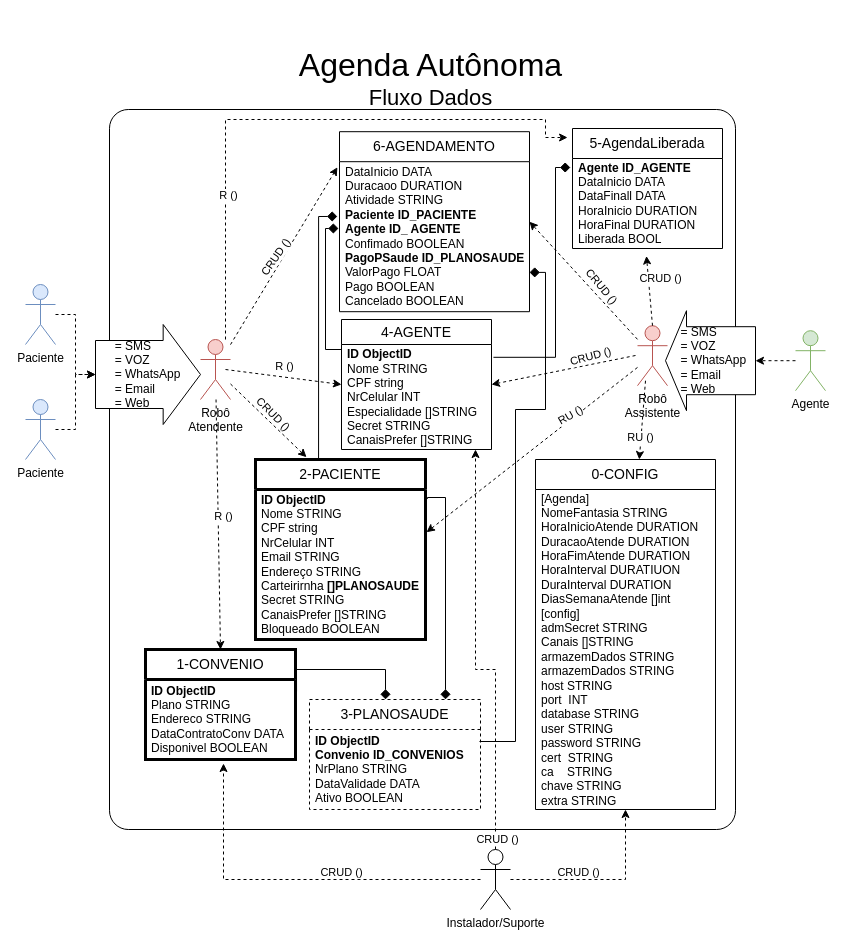
The draw.io diagram page "Página-1" (1 of 2) of Agenda.drawio in gunboe/Agenda, before the edit. Source tidied: cells renumbered, new cells numbered last; positions are measured from the earlier drawing's top-left corner, leaving out a move shared by most shapes. Both pictures are drawn from the tidied source at 100%, with x=0, y=0 at pixel (25, 48).
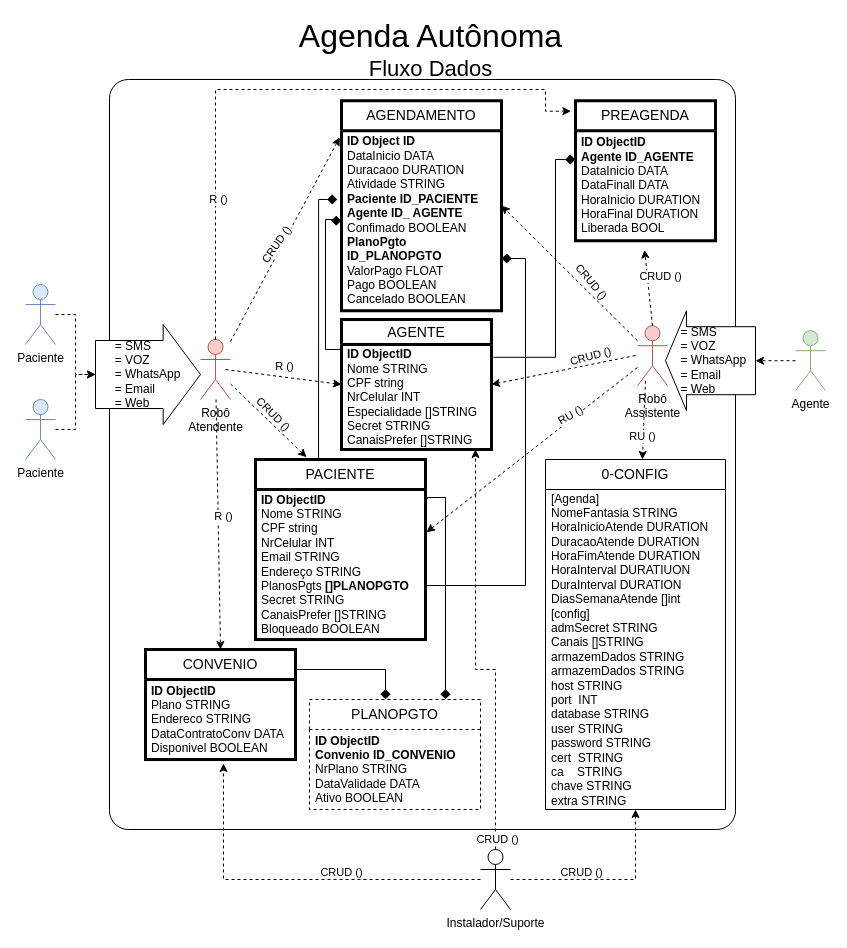
After the change.

Commit message:
Ajustes da arquitetura PREAGENDA e outros

The change refers to these unchanged cells:
```xml
<mxCell id="19" value="Robô&lt;br&gt;Atendente" style="shape=umlActor;verticalLabelPosition=bottom;verticalAlign=top;html=1;outlineConnect=0;fillColor=#f8cecc;strokeColor=#b85450;" parent="1" vertex="1">
  <mxGeometry x="175" y="291" width="30" height="60" as="geometry" />
</mxCell>
```

What changed in the source:
```diff
@@
     <mxCell id="2" style="rounded=1;whiteSpace=wrap;html=1;arcSize=3;" parent="1" vertex="1">
-      <mxGeometry x="84" y="61" width="626" height="720" as="geometry" />
+      <mxGeometry x="84" y="31" width="626" height="750" as="geometry" />
     </mxCell>
@@
-    <mxCell id="8" value="&lt;font style=&quot;font-size: 14px;&quot;&gt;6-AGENDAMENTO&lt;/font&gt;" style="swimlane;fontStyle=0;horizontal=1;startSize=30;whiteSpace=wrap;html=1;" parent="1" vertex="1">
-      <mxGeometry x="314" y="83.2" width="190" height="180" as="geometry" />
-    </mxCell>
-    <mxCell id="9" value="DataInicio DATA&lt;br style=&quot;border-color: var(--border-color); text-align: center;&quot;&gt;&lt;span style=&quot;text-align: center;&quot;&gt;Duracaoo DURATION&lt;/span&gt;&lt;br style=&quot;border-color: var(--border-color); text-align: center;&quot;&gt;&lt;span style=&quot;text-align: center;&quot;&gt;Atividade STRING&lt;/span&gt;&lt;br style=&quot;border-color: var(--border-color); text-align: center;&quot;&gt;&lt;b&gt;Paciente ID_PACIENTE&lt;/b&gt;&lt;br style=&quot;border-color: var(--border-color);&quot;&gt;&lt;span style=&quot;text-align: center;&quot;&gt;&lt;b&gt;Agente ID_ AGENTE&lt;/b&gt;&lt;/span&gt;&lt;br style=&quot;border-color: var(--border-color); text-align: center;&quot;&gt;&lt;span style=&quot;text-align: center;&quot;&gt;Confimado BOOLEAN&lt;/span&gt;&lt;span style=&quot;text-align: center;&quot;&gt;&lt;br&gt;&lt;b&gt;PagoPSaude ID_PLANOSAUDE&lt;br&gt;&lt;/b&gt;ValorPago FLOAT&lt;br&gt;Pago BOOLEAN&lt;br&gt;Cancelado BOOLEAN&lt;br&gt;&lt;/span&gt;" style="text;strokeColor=none;fillColor=none;align=left;verticalAlign=middle;spacingLeft=4;spacingRight=4;overflow=hidden;points=[[0,0.5],[1,0.5]];portConstraint=eastwest;whiteSpace=wrap;html=1;" parent="8" vertex="1">
-      <mxGeometry y="30" width="190" height="150" as="geometry" />
-    </mxCell>
@@
-    <mxCell id="12" value="&lt;font style=&quot;font-size: 14px;&quot;&gt;2-PACIENTE&lt;/font&gt;" style="swimlane;fontStyle=0;horizontal=1;startSize=30;whiteSpace=wrap;html=1;strokeWidth=3;" parent="1" vertex="1">
+    <mxCell id="12" value="&lt;font style=&quot;font-size: 14px;&quot;&gt;PACIENTE&lt;/font&gt;" style="swimlane;fontStyle=0;horizontal=1;startSize=30;whiteSpace=wrap;html=1;strokeWidth=3;" parent="1" vertex="1">
       <mxGeometry x="230" y="411" width="170" height="180" as="geometry" />
     </mxCell>
-    <mxCell id="13" value="&lt;b style=&quot;border-color: var(--border-color);&quot;&gt;ID ObjectID&lt;br style=&quot;border-color: var(--border-color);&quot;&gt;&lt;/b&gt;Nome STRING&lt;br&gt;CPF string&lt;br&gt;NrCelular INT&lt;br&gt;Email STRING&lt;br&gt;Endereço STRING&lt;br&gt;Carteirirnha &lt;b&gt;[]PLANOSAUDE&lt;/b&gt;&lt;br&gt;Secret STRING&lt;br&gt;CanaisPrefer []STRING&lt;br&gt;Bloqueado BOOLEAN" style="text;strokeColor=none;fillColor=none;align=left;verticalAlign=middle;spacingLeft=4;spacingRight=4;overflow=hidden;points=[[0,0.5],[1,0.5]];portConstraint=eastwest;whiteSpace=wrap;html=1;" parent="12" vertex="1">
+    <mxCell id="13" value="&lt;b style=&quot;border-color: var(--border-color);&quot;&gt;ID ObjectID&lt;br style=&quot;border-color: var(--border-color);&quot;&gt;&lt;/b&gt;Nome STRING&lt;br&gt;CPF string&lt;br&gt;NrCelular INT&lt;br&gt;Email STRING&lt;br&gt;Endereço STRING&lt;br&gt;PlanosPgts&amp;nbsp;&lt;b&gt;[]PLANOPGTO&lt;/b&gt;&lt;br&gt;Secret STRING&lt;br&gt;CanaisPrefer []STRING&lt;br&gt;Bloqueado BOOLEAN" style="text;strokeColor=none;fillColor=none;align=left;verticalAlign=middle;spacingLeft=4;spacingRight=4;overflow=hidden;points=[[0,0.5],[1,0.5]];portConstraint=eastwest;whiteSpace=wrap;html=1;" parent="12" vertex="1">
       <mxGeometry y="30" width="170" height="150" as="geometry" />
     </mxCell>
@@
-    <mxCell id="21" value="&lt;font style=&quot;font-size: 14px;&quot;&gt;4-AGENTE&lt;/font&gt;" style="swimlane;fontStyle=0;horizontal=1;startSize=25;whiteSpace=wrap;html=1;" parent="1" vertex="1">
+    <mxCell id="21" value="&lt;font style=&quot;font-size: 14px;&quot;&gt;AGENTE&lt;/font&gt;" style="swimlane;fontStyle=0;horizontal=1;startSize=25;whiteSpace=wrap;html=1;strokeWidth=3;" parent="1" vertex="1">
       <mxGeometry x="316" y="271" width="150" height="130" as="geometry" />
     </mxCell>
-    <mxCell id="22" value="&lt;b style=&quot;border-color: var(--border-color);&quot;&gt;ID ObjectID&lt;br style=&quot;border-color: var(--border-color);&quot;&gt;&lt;/b&gt;Nome STRING&lt;br&gt;CPF string&lt;br&gt;NrCelular INT&lt;br&gt;Especialidade []STRING&lt;br&gt;Secret STRING&lt;br&gt;CanaisPrefer []STRING" style="text;strokeColor=none;fillColor=none;align=left;verticalAlign=middle;spacingLeft=4;spacingRight=4;overflow=hidden;points=[[0,0.5],[1,0.5]];portConstraint=eastwest;whiteSpace=wrap;html=1;" parent="21" vertex="1">
+    <mxCell id="22" value="&lt;b style=&quot;border-color: var(--border-color);&quot;&gt;ID ObjectID&lt;br style=&quot;border-color: var(--border-color);&quot;&gt;&lt;/b&gt;Nome STRING&lt;br&gt;CPF string&lt;br&gt;NrCelular INT&lt;br&gt;Especialidade []STRING&lt;br&gt;Secret STRING&lt;br&gt;CanaisPrefer []STRING" style="text;strokeColor=none;fillColor=none;align=left;verticalAlign=middle;spacingLeft=4;spacingRight=4;overflow=hidden;points=[[0,0.5],[1,0.5]];portConstraint=eastwest;whiteSpace=wrap;html=1;strokeWidth=3;" parent="21" vertex="1">
       <mxGeometry y="25" width="150" height="105" as="geometry" />
     </mxCell>
@@
     <mxCell id="33" value="&lt;font style=&quot;font-size: 14px;&quot;&gt;0-CONFIG&lt;/font&gt;" style="swimlane;fontStyle=0;horizontal=1;startSize=30;whiteSpace=wrap;html=1;" parent="1" vertex="1">
-      <mxGeometry x="510" y="411" width="180" height="350" as="geometry" />
+      <mxGeometry x="520" y="411" width="180" height="350" as="geometry" />
     </mxCell>
@@
-    <mxCell id="36" value="&lt;font style=&quot;font-size: 14px;&quot;&gt;3-PLANOSAUDE&lt;/font&gt;" style="swimlane;fontStyle=0;horizontal=1;startSize=30;whiteSpace=wrap;html=1;dashed=1;" parent="1" vertex="1">
+    <mxCell id="36" value="&lt;font style=&quot;font-size: 14px;&quot;&gt;PLANOPGTO&lt;/font&gt;" style="swimlane;fontStyle=0;horizontal=1;startSize=30;whiteSpace=wrap;html=1;dashed=1;" parent="1" vertex="1">
       <mxGeometry x="284" y="651" width="171" height="110" as="geometry" />
     </mxCell>
-    <mxCell id="37" value="&lt;b style=&quot;border-color: var(--border-color);&quot;&gt;ID ObjectID&lt;br style=&quot;border-color: var(--border-color);&quot;&gt;&lt;/b&gt;&lt;b&gt;Convenio ID_CONVENIOS&lt;br&gt;&lt;/b&gt;NrPlano STRING&lt;br&gt;DataValidade DATA&lt;br&gt;Ativo BOOLEAN" style="text;strokeColor=none;fillColor=none;align=left;verticalAlign=middle;spacingLeft=4;spacingRight=4;overflow=hidden;points=[[0,0.5],[1,0.5]];portConstraint=eastwest;whiteSpace=wrap;html=1;" parent="36" vertex="1">
+    <mxCell id="37" value="&lt;b style=&quot;border-color: var(--border-color);&quot;&gt;ID ObjectID&lt;br style=&quot;border-color: var(--border-color);&quot;&gt;&lt;/b&gt;&lt;b&gt;Convenio ID_CONVENIO&lt;br&gt;&lt;/b&gt;NrPlano STRING&lt;br&gt;DataValidade DATA&lt;br&gt;Ativo BOOLEAN" style="text;strokeColor=none;fillColor=none;align=left;verticalAlign=middle;spacingLeft=4;spacingRight=4;overflow=hidden;points=[[0,0.5],[1,0.5]];portConstraint=eastwest;whiteSpace=wrap;html=1;" parent="36" vertex="1">
       <mxGeometry y="30" width="171" height="80" as="geometry" />
     </mxCell>
-    <mxCell id="38" style="edgeStyle=orthogonalEdgeStyle;rounded=0;jettySize=auto;html=1;endArrow=none;endFill=0;endSize=8;startArrow=diamond;startFill=1;startSize=8;exitX=-0.005;exitY=0.445;exitDx=0;exitDy=0;exitPerimeter=0;" parent="1" edge="1" source="9" target="21">
+    <mxCell id="38" style="edgeStyle=orthogonalEdgeStyle;rounded=0;jettySize=auto;html=1;endArrow=none;endFill=0;endSize=8;startArrow=diamond;startFill=1;startSize=8;exitX=0;exitY=0.5;exitDx=0;exitDy=0;" parent="1" edge="1" source="9" target="21">
       <mxGeometry relative="1" as="geometry">
         <Array as="points">
-          <mxPoint x="300" y="180" />
+          <mxPoint x="310" y="172" />
+          <mxPoint x="310" y="171" />
+          <mxPoint x="300" y="171" />
           <mxPoint x="300" y="301" />
         </Array>
       </mxGeometry>
     </mxCell>
@@
     <mxCell id="41" value="&lt;font style=&quot;&quot;&gt;&lt;span style=&quot;font-size: 32px;&quot;&gt;Agenda Autônoma&lt;/span&gt;&lt;br&gt;&lt;font style=&quot;font-size: 22px;&quot;&gt;Fluxo Dados&lt;/font&gt;&lt;br&gt;&lt;/font&gt;" style="text;html=1;strokeColor=none;fillColor=none;align=center;verticalAlign=middle;whiteSpace=wrap;rounded=0;" parent="1" vertex="1">
-      <mxGeometry x="257.5" width="295" height="60" as="geometry" />
+      <mxGeometry x="257.5" y="-29" width="295" height="60" as="geometry" />
     </mxCell>
-    <mxCell id="42" style="edgeStyle=orthogonalEdgeStyle;rounded=0;jettySize=auto;html=1;endArrow=none;endFill=0;endSize=8;startSize=8;startArrow=diamond;startFill=1;entryX=0.371;entryY=0;entryDx=0;entryDy=0;entryPerimeter=0;exitX=-0.011;exitY=0.365;exitDx=0;exitDy=0;exitPerimeter=0;" parent="1" edge="1" source="9" target="12">
+    <mxCell id="42" style="edgeStyle=orthogonalEdgeStyle;rounded=0;jettySize=auto;html=1;endArrow=none;endFill=0;endSize=8;startSize=8;startArrow=diamond;startFill=1;entryX=0.371;entryY=0;entryDx=0;entryDy=0;entryPerimeter=0;exitX=-0.025;exitY=0.382;exitDx=0;exitDy=0;exitPerimeter=0;" parent="1" edge="1" source="9" target="12">
       <mxGeometry relative="1" as="geometry">
         <Array as="points">
-          <mxPoint x="293" y="168" />
+          <mxPoint x="293" y="151" />
         </Array>
       </mxGeometry>
     </mxCell>
@@
-    <mxCell id="45" value="&lt;font style=&quot;font-size: 14px;&quot;&gt;5-AgendaLiberada&lt;/font&gt;" style="swimlane;fontStyle=0;horizontal=1;startSize=30;whiteSpace=wrap;html=1;" parent="1" vertex="1">
-      <mxGeometry x="547" y="80" width="150" height="120" as="geometry" />
+    <mxCell id="45" value="&lt;font style=&quot;font-size: 14px;&quot;&gt;PREAGENDA&lt;/font&gt;" style="swimlane;fontStyle=0;horizontal=1;startSize=30;whiteSpace=wrap;html=1;strokeWidth=3;" parent="1" vertex="1">
+      <mxGeometry x="550" y="52.2" width="140" height="140" as="geometry" />
     </mxCell>
-    <mxCell id="46" value="&lt;b&gt;Agente ID_AGENTE&lt;br&gt;&lt;/b&gt;DataInicio DATA&lt;br&gt;DataFinall DATA&lt;br&gt;HoraInicio DURATION&lt;br&gt;HoraFinal DURATION&lt;br&gt;Liberada BOOL" style="text;strokeColor=none;fillColor=none;align=left;verticalAlign=middle;spacingLeft=4;spacingRight=4;overflow=hidden;points=[[0,0.5],[1,0.5]];portConstraint=eastwest;whiteSpace=wrap;html=1;" parent="45" vertex="1">
-      <mxGeometry y="30" width="150" height="90" as="geometry" />
+    <mxCell id="46" value="&lt;b&gt;ID ObjectID&lt;br&gt;Agente ID_AGENTE&lt;br&gt;&lt;/b&gt;DataInicio DATA&lt;br&gt;DataFinall DATA&lt;br&gt;HoraInicio DURATION&lt;br&gt;HoraFinal DURATION&lt;br&gt;Liberada BOOL" style="text;strokeColor=none;fillColor=none;align=left;verticalAlign=middle;spacingLeft=4;spacingRight=4;overflow=hidden;points=[[0,0.5],[1,0.5]];portConstraint=eastwest;whiteSpace=wrap;html=1;" parent="45" vertex="1">
+      <mxGeometry y="30" width="140" height="110" as="geometry" />
     </mxCell>
@@
-    <mxCell id="49" style="edgeStyle=orthogonalEdgeStyle;rounded=0;jettySize=auto;html=1;dashed=1;entryX=-0.033;entryY=0.075;entryDx=0;entryDy=0;entryPerimeter=0;" parent="1" edge="1" source="19" target="45">
+    <mxCell id="49" style="edgeStyle=orthogonalEdgeStyle;rounded=0;jettySize=auto;html=1;dashed=1;entryX=-0.033;entryY=0.075;entryDx=0;entryDy=0;entryPerimeter=0;exitX=0.5;exitY=0;exitDx=0;exitDy=0;exitPerimeter=0;" parent="1" edge="1" source="19" target="45">
       <mxGeometry relative="1" as="geometry">
         <Array as="points">
-          <mxPoint x="200" y="71" />
-          <mxPoint x="520" y="71" />
-          <mxPoint x="520" y="89" />
+          <mxPoint x="190" y="41" />
+          <mxPoint x="520" y="41" />
+          <mxPoint x="520" y="63" />
         </Array>
       </mxGeometry>
     </mxCell>
     <mxCell id="50" value="R ()" style="edgeLabel;html=1;align=center;verticalAlign=middle;" parent="49" vertex="1">
-      <mxGeometry x="-0.5" y="-2" relative="1" as="geometry" />
+      <mxGeometry x="-0.55" y="-2" relative="1" as="geometry" />
     </mxCell>
@@
-    <mxCell id="55" value="&lt;font style=&quot;font-size: 14px;&quot;&gt;1-CONVENIO&lt;/font&gt;" style="swimlane;fontStyle=0;horizontal=1;startSize=30;whiteSpace=wrap;html=1;strokeWidth=3;" parent="1" vertex="1">
+    <mxCell id="55" value="&lt;font style=&quot;font-size: 14px;&quot;&gt;CONVENIO&lt;/font&gt;" style="swimlane;fontStyle=0;horizontal=1;startSize=30;whiteSpace=wrap;html=1;strokeWidth=3;" parent="1" vertex="1">
       <mxGeometry x="120" y="601" width="150" height="110" as="geometry" />
     </mxCell>
@@
-    <mxCell id="59" style="edgeStyle=orthogonalEdgeStyle;rounded=0;jettySize=auto;html=1;entryX=1.013;entryY=0.122;entryDx=0;entryDy=0;entryPerimeter=0;endArrow=none;endFill=0;strokeWidth=1;endSize=8;exitX=-0.014;exitY=0.1;exitDx=0;exitDy=0;exitPerimeter=0;startArrow=diamond;startFill=1;targetPerimeterSpacing=0;sourcePerimeterSpacing=0;startSize=8;" parent="1" edge="1" source="46" target="22">
+    <mxCell id="59" style="edgeStyle=orthogonalEdgeStyle;rounded=0;jettySize=auto;html=1;entryX=1.013;entryY=0.122;entryDx=0;entryDy=0;entryPerimeter=0;endArrow=none;endFill=0;strokeWidth=1;endSize=8;startArrow=diamond;startFill=1;targetPerimeterSpacing=0;sourcePerimeterSpacing=0;startSize=8;exitX=0;exitY=0.262;exitDx=0;exitDy=0;exitPerimeter=0;" parent="1" edge="1" source="46" target="22">
       <mxGeometry relative="1" as="geometry">
         <Array as="points">
-          <mxPoint x="530" y="119" />
+          <mxPoint x="530" y="111" />
           <mxPoint x="530" y="309" />
         </Array>
       </mxGeometry>
     </mxCell>
-    <mxCell id="60" style="edgeStyle=orthogonalEdgeStyle;rounded=0;jettySize=auto;html=1;entryX=1;entryY=0.738;entryDx=0;entryDy=0;entryPerimeter=0;endSize=8;startSize=8;endArrow=diamond;endFill=1;exitX=0.994;exitY=0.15;exitDx=0;exitDy=0;exitPerimeter=0;" parent="1" edge="1" source="37" target="9">
+    <mxCell id="60" style="edgeStyle=orthogonalEdgeStyle;rounded=0;jettySize=auto;html=1;endSize=8;startSize=8;endArrow=diamond;endFill=1;exitX=1.006;exitY=0.64;exitDx=0;exitDy=0;exitPerimeter=0;" parent="1" edge="1" source="13" target="9">
       <mxGeometry relative="1" as="geometry">
         <Array as="points">
-          <mxPoint x="490" y="693" />
-          <mxPoint x="490" y="361" />
-          <mxPoint x="520" y="361" />
-          <mxPoint x="520" y="224" />
+          <mxPoint x="500" y="537" />
+          <mxPoint x="500" y="210" />
         </Array>
       </mxGeometry>
     </mxCell>
+    <mxCell id="8" value="&lt;font style=&quot;font-size: 14px;&quot;&gt;AGENDAMENTO&lt;/font&gt;" style="swimlane;fontStyle=0;horizontal=1;startSize=30;whiteSpace=wrap;html=1;strokeWidth=3;" parent="1" vertex="1">
+      <mxGeometry x="316" y="52.2" width="160" height="210" as="geometry" />
+    </mxCell>
+    <mxCell id="9" value="&lt;b&gt;ID Object ID&lt;/b&gt;&lt;br&gt;DataInicio DATA&lt;br style=&quot;border-color: var(--border-color); text-align: center;&quot;&gt;&lt;span style=&quot;text-align: center;&quot;&gt;Duracaoo DURATION&lt;/span&gt;&lt;br style=&quot;border-color: var(--border-color); text-align: center;&quot;&gt;&lt;span style=&quot;text-align: center;&quot;&gt;Atividade STRING&lt;/span&gt;&lt;br style=&quot;border-color: var(--border-color); text-align: center;&quot;&gt;&lt;b&gt;Paciente ID_PACIENTE&lt;/b&gt;&lt;br style=&quot;border-color: var(--border-color);&quot;&gt;&lt;span style=&quot;text-align: center;&quot;&gt;&lt;b&gt;Agente ID_ AGENTE&lt;/b&gt;&lt;/span&gt;&lt;br style=&quot;border-color: var(--border-color); text-align: center;&quot;&gt;&lt;span style=&quot;text-align: center;&quot;&gt;Confimado BOOLEAN&lt;/span&gt;&lt;span style=&quot;text-align: center;&quot;&gt;&lt;br&gt;&lt;b&gt;PlanoPgto ID_PLANOPGTO&lt;br&gt;&lt;/b&gt;ValorPago FLOAT&lt;br&gt;Pago BOOLEAN&lt;br&gt;Cancelado BOOLEAN&lt;br&gt;&lt;/span&gt;" style="text;strokeColor=none;fillColor=none;align=left;verticalAlign=middle;spacingLeft=4;spacingRight=4;overflow=hidden;points=[[0,0.5],[1,0.5]];portConstraint=eastwest;whiteSpace=wrap;html=1;" parent="8" vertex="1">
+      <mxGeometry y="30" width="160" height="180" as="geometry" />
+    </mxCell>
```
